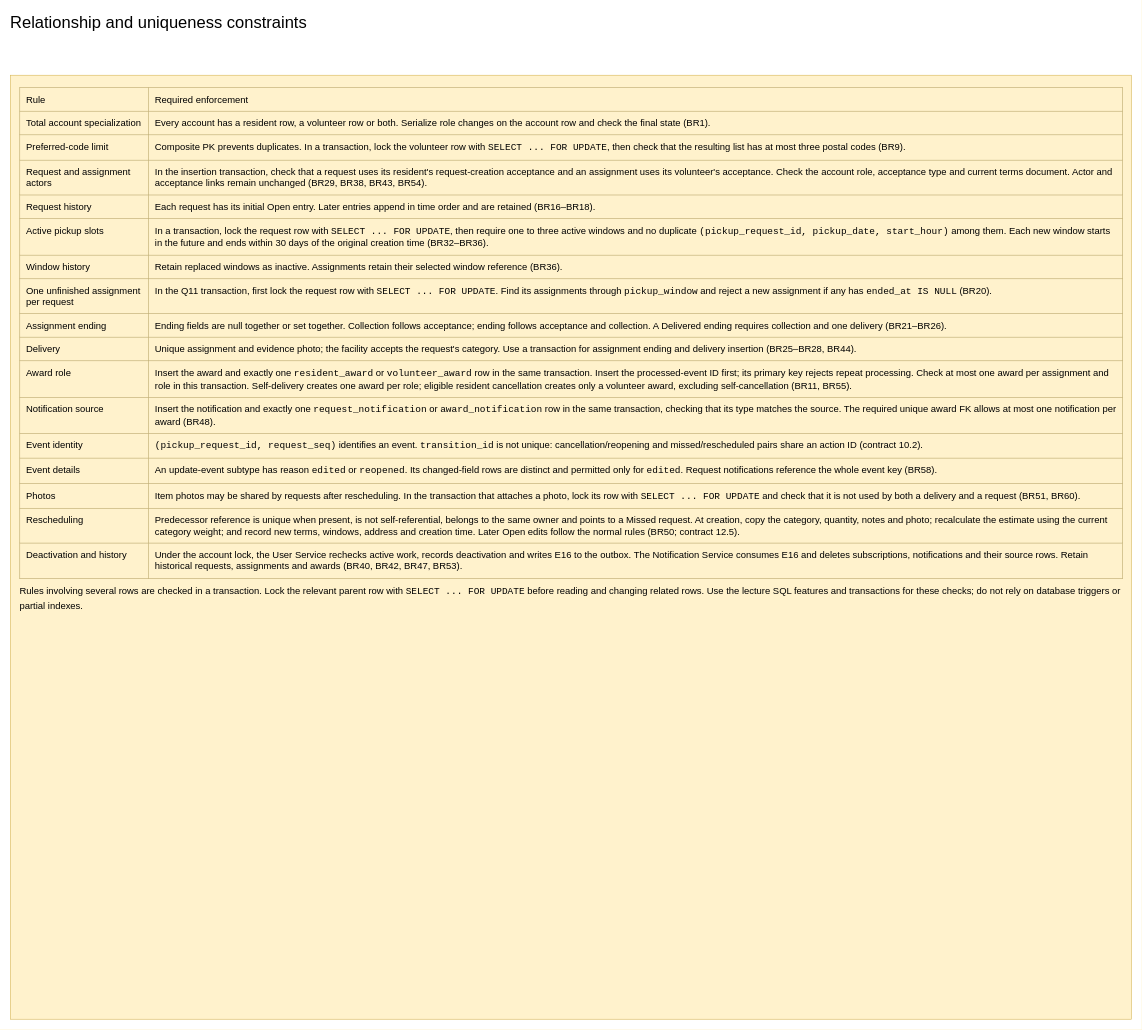
Before: page "Relationship and uniqueness constraints" (5 of 6) of docs/Final Submission/ENSF608/2. Logical model/Logical Database Model.drawio in dannydufau/ecocollect, a draw.io diagram. Source tidied: cells renumbered, new cells numbered last; positions are measured from the earlier drawing's top-left corner, leaving out a move shared by most shapes. Both pictures are drawn from the tidied source at 59%, with x=0, y=0 at pixel (10, 10).
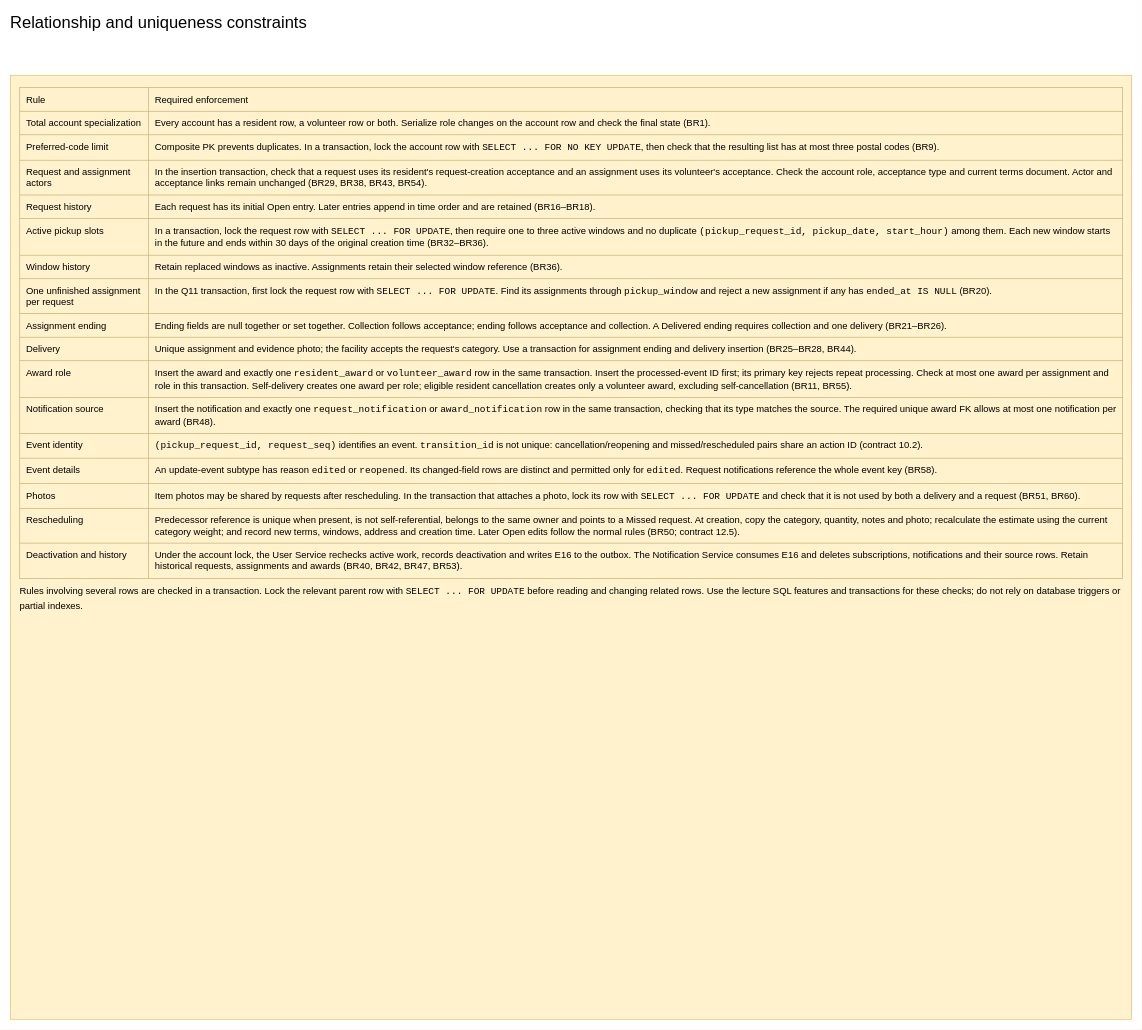
The same page after the edit.

Commit message (it also covers changes not shown here):
[ENSF 608] Fix outdated ER rule examples and the D1 lock comment (#522)

Change to the diagram source:
```diff
@@
 <mxGraphModel>
   <root>
     <mxCell id="0" />
     <mxCell id="1" parent="0" />
     <mxCell id="2" value="Relationship and uniqueness constraints" style="text;html=1;whiteSpace=wrap;align=left;verticalAlign=top;fontFamily=Helvetica;fontSize=28;fontColor=#000000;spacing=0;" parent="1" vertex="1">
       <mxGeometry width="1850" height="70" as="geometry" />
     </mxCell>
-    <mxCell id="3" value="&lt;table style=&quot;width:100%;border-collapse:collapse;font-size:16px&quot;&gt;&lt;tr&gt;&lt;td style=&quot;border:1px solid #b9a76c;padding:10px;vertical-align:top&quot;&gt;Rule&lt;/td&gt;&lt;td style=&quot;border:1px solid #b9a76c;padding:10px;vertical-align:top&quot;&gt;Required enforcement&lt;/td&gt;&lt;/tr&gt;&lt;tr&gt;&lt;td style=&quot;border:1px solid #b9a76c;padding:10px;vertical-align:top&quot;&gt;Total account specialization&lt;/td&gt;&lt;td style=&quot;border:1px solid #b9a76c;padding:10px;vertical-align:top&quot;&gt;Every account has a resident row, a volunteer row or both. Serialize role changes on the account row and check the final state (BR1).&lt;/td&gt;&lt;/tr&gt;&lt;tr&gt;&lt;td style=&quot;border:1px solid #b9a76c;padding:10px;vertical-align:top&quot;&gt;Preferred-code limit&lt;/td&gt;&lt;td style=&quot;border:1px solid #b9a76c;padding:10px;vertical-align:top&quot;&gt;Composite PK prevents duplicates. In a transaction, lock the volunteer row with &lt;code&gt;SELECT ... FOR UPDATE&lt;/code&gt;, then check that the resulting list has at most three postal codes (BR9).&lt;/td&gt;&lt;/tr&gt;&lt;tr&gt;&lt;td style=&quot;border:1px solid #b9a76c;padding:10px;vertical-align:top&quot;&gt;Request and assignment actors&lt;/td&gt;&lt;td style=&quot;border:1px solid #b9a76c;padding:10px;vertical-align:top&quot;&gt;In the insertion transaction, check that a request uses its resident&amp;#x27;s request-creation acceptance and an assignment uses its volunteer&amp;#x27;s acceptance. Check the account role, acceptance type and current terms document. Actor and acceptance links remain unchanged (BR29, BR38, BR43, BR54).&lt;/td&gt;&lt;/tr&gt;&lt;tr&gt;&lt;td style=&quot;border:1px solid #b9a76c;padding:10px;vertical-align:top&quot;&gt;Request history&lt;/td&gt;&lt;td style=&quot;border:1px solid #b9a76c;padding:10px;vertical-align:top&quot;&gt;Each request has its initial Open entry. Later entries append in time order and are retained (BR16–BR18).&lt;/td&gt;&lt;/tr&gt;&lt;tr&gt;&lt;td style=&quot;border:1px solid #b9a76c;padding:10px;vertical-align:top&quot;&gt;Active pickup slots&lt;/td&gt;&lt;td style=&quot;border:1px solid #b9a76c;padding:10px;vertical-align:top&quot;&gt;In a transaction, lock the request row with &lt;code&gt;SELECT ... FOR UPDATE&lt;/code&gt;, then require one to three active windows and no duplicate &lt;code&gt;(pickup_request_id, pickup_date, start_hour)&lt;/code&gt; among them. Each new window starts in the future and ends within 30 days of the original creation time (BR32–BR36).&lt;/td&gt;&lt;/tr&gt;&lt;tr&gt;&lt;td style=&quot;border:1px solid #b9a76c;padding:10px;vertical-align:top&quot;&gt;Window history&lt;/td&gt;&lt;td style=&quot;border:1px solid #b9a76c;padding:10px;vertical-align:top&quot;&gt;Retain replaced windows as inactive. Assignments retain their selected window reference (BR36).&lt;/td&gt;&lt;/tr&gt;&lt;tr&gt;&lt;td style=&quot;border:1px solid #b9a76c;padding:10px;vertical-align:top&quot;&gt;One unfinished assignment per request&lt;/td&gt;&lt;td style=&quot;border:1px solid #b9a76c;padding:10px;vertical-align:top&quot;&gt;In the Q11 transaction, first lock the request row with &lt;code&gt;SELECT ... FOR UPDATE&lt;/code&gt;. Find its assignments through &lt;code&gt;pickup_window&lt;/code&gt; and reject a new assignment if any has &lt;code&gt;ended_at IS NULL&lt;/code&gt; (BR20).&lt;/td&gt;&lt;/tr&gt;&lt;tr&gt;&lt;td style=&quot;border:1px solid #b9a76c;padding:10px;vertical-align:top&quot;&gt;Assignment ending&lt;/td&gt;&lt;td style=&quot;border:1px solid #b9a76c;padding:10px;vertical-align:top&quot;&gt;Ending fields are null together or set together. Collection follows acceptance; ending follows acceptance and collection. A Delivered ending requires collection and one delivery (BR21–BR26).&lt;/td&gt;&lt;/tr&gt;&lt;tr&gt;&lt;td style=&quot;border:1px solid #b9a76c;padding:10px;vertical-align:top&quot;&gt;Delivery&lt;/td&gt;&lt;td style=&quot;border:1px solid #b9a76c;padding:10px;vertical-align:top&quot;&gt;Unique assignment and evidence photo; the facility accepts the request&amp;#x27;s category. Use a transaction for assignment ending and delivery insertion (BR25–BR28, BR44).&lt;/td&gt;&lt;/tr&gt;&lt;tr&gt;&lt;td style=&quot;border:1px solid #b9a76c;padding:10px;vertical-align:top&quot;&gt;Award role&lt;/td&gt;&lt;td style=&quot;border:1px solid #b9a76c;padding:10px;vertical-align:top&quot;&gt;Insert the award and exactly one &lt;code&gt;resident_award&lt;/code&gt; or &lt;code&gt;volunteer_award&lt;/code&gt; row in the same transaction. Insert the processed-event ID first; its primary key rejects repeat processing. Check at most one award per assignment and role in this transaction. Self-delivery creates one award per role; eligible resident cancellation creates only a volunteer award, excluding self-cancellation (BR11, BR55).&lt;/td&gt;&lt;/tr&gt;&lt;tr&gt;&lt;td style=&quot;border:1px solid #b9a76c;padding:10px;vertical-align:top&quot;&gt;Notification source&lt;/td&gt;&lt;td style=&quot;border:1px solid #b9a76c;padding:10px;vertical-align:top&quot;&gt;Insert the notification and exactly one &lt;code&gt;request_notification&lt;/code&gt; or &lt;code&gt;award_notification&lt;/code&gt; row in the same transaction, checking that its type matches the source. The required unique award FK allows at most one notification per award (BR48).&lt;/td&gt;&lt;/tr&gt;&lt;tr&gt;&lt;td style=&quot;border:1px solid #b9a76c;padding:10px;vertical-align:top&quot;&gt;Event identity&lt;/td&gt;&lt;td style=&quot;border:1px solid #b9a76c;padding:10px;vertical-align:top&quot;&gt;&lt;code&gt;(pickup_request_id, request_seq)&lt;/code&gt; identifies an event. &lt;code&gt;transition_id&lt;/code&gt; is not unique: cancellation/reopening and missed/rescheduled pairs share an action ID (contract 10.2).&lt;/td&gt;&lt;/tr&gt;&lt;tr&gt;&lt;td style=&quot;border:1px solid #b9a76c;padding:10px;vertical-align:top&quot;&gt;Event details&lt;/td&gt;&lt;td style=&quot;border:1px solid #b9a76c;padding:10px;vertical-align:top&quot;&gt;An update-event subtype has reason &lt;code&gt;edited&lt;/code&gt; or &lt;code&gt;reopened&lt;/code&gt;. Its changed-field rows are distinct and permitted only for &lt;code&gt;edited&lt;/code&gt;. Request notifications reference the whole event key (BR58).&lt;/td&gt;&lt;/tr&gt;&lt;tr&gt;&lt;td style=&quot;border:1px solid #b9a76c;padding:10px;vertical-align:top&quot;&gt;Photos&lt;/td&gt;&lt;td style=&quot;border:1px solid #b9a76c;padding:10px;vertical-align:top&quot;&gt;Item photos may be shared by requests after rescheduling. In the transaction that attaches a photo, lock its row with &lt;code&gt;SELECT ... FOR UPDATE&lt;/code&gt; and check that it is not used by both a delivery and a request (BR51, BR60).&lt;/td&gt;&lt;/tr&gt;&lt;tr&gt;&lt;td style=&quot;border:1px solid #b9a76c;padding:10px;vertical-align:top&quot;&gt;Rescheduling&lt;/td&gt;&lt;td style=&quot;border:1px solid #b9a76c;padding:10px;vertical-align:top&quot;&gt;Predecessor reference is unique when present, is not self-referential, belongs to the same owner and points to a Missed request. At creation, copy the category, quantity, notes and photo; recalculate the estimate using the current category weight; and record new terms, windows, address and creation time. Later Open edits follow the normal rules (BR50; contract 12.5).&lt;/td&gt;&lt;/tr&gt;&lt;tr&gt;&lt;td style=&quot;border:1px solid #b9a76c;padding:10px;vertical-align:top&quot;&gt;Deactivation and history&lt;/td&gt;&lt;td style=&quot;border:1px solid #b9a76c;padding:10px;vertical-align:top&quot;&gt;Under the account lock, the User Service rechecks active work, records deactivation and writes E16 to the outbox. The Notification Service consumes E16 and deletes subscriptions, notifications and their source rows. Retain historical requests, assignments and awards (BR40, BR42, BR47, BR53).&lt;/td&gt;&lt;/tr&gt;&lt;/table&gt;&lt;p style=&quot;line-height:1.45;margin:9px 0&quot;&gt;Rules involving several rows are checked in a transaction. Lock the relevant parent row with &lt;code&gt;SELECT ... FOR UPDATE&lt;/code&gt; before reading and changing related rows. Use the lecture SQL features and transactions for these checks; do not rely on database triggers or partial indexes.&lt;/p&gt;" style="whiteSpace=wrap;html=1;fillColor=#fff2cc;strokeColor=#d6b656;align=left;verticalAlign=top;spacing=16;fontFamily=Helvetica;fontSize=16;fontColor=#000000;" parent="1" vertex="1">
+    <mxCell id="3" value="&lt;table style=&quot;width:100%;border-collapse:collapse;font-size:16px&quot;&gt;&lt;tr&gt;&lt;td style=&quot;border:1px solid #b9a76c;padding:10px;vertical-align:top&quot;&gt;Rule&lt;/td&gt;&lt;td style=&quot;border:1px solid #b9a76c;padding:10px;vertical-align:top&quot;&gt;Required enforcement&lt;/td&gt;&lt;/tr&gt;&lt;tr&gt;&lt;td style=&quot;border:1px solid #b9a76c;padding:10px;vertical-align:top&quot;&gt;Total account specialization&lt;/td&gt;&lt;td style=&quot;border:1px solid #b9a76c;padding:10px;vertical-align:top&quot;&gt;Every account has a resident row, a volunteer row or both. Serialize role changes on the account row and check the final state (BR1).&lt;/td&gt;&lt;/tr&gt;&lt;tr&gt;&lt;td style=&quot;border:1px solid #b9a76c;padding:10px;vertical-align:top&quot;&gt;Preferred-code limit&lt;/td&gt;&lt;td style=&quot;border:1px solid #b9a76c;padding:10px;vertical-align:top&quot;&gt;Composite PK prevents duplicates. In a transaction, lock the account row with &lt;code&gt;SELECT ... FOR NO KEY UPDATE&lt;/code&gt;, then check that the resulting list has at most three postal codes (BR9).&lt;/td&gt;&lt;/tr&gt;&lt;tr&gt;&lt;td style=&quot;border:1px solid #b9a76c;padding:10px;vertical-align:top&quot;&gt;Request and assignment actors&lt;/td&gt;&lt;td style=&quot;border:1px solid #b9a76c;padding:10px;vertical-align:top&quot;&gt;In the insertion transaction, check that a request uses its resident&amp;#x27;s request-creation acceptance and an assignment uses its volunteer&amp;#x27;s acceptance. Check the account role, acceptance type and current terms document. Actor and acceptance links remain unchanged (BR29, BR38, BR43, BR54).&lt;/td&gt;&lt;/tr&gt;&lt;tr&gt;&lt;td style=&quot;border:1px solid #b9a76c;padding:10px;vertical-align:top&quot;&gt;Request history&lt;/td&gt;&lt;td style=&quot;border:1px solid #b9a76c;padding:10px;vertical-align:top&quot;&gt;Each request has its initial Open entry. Later entries append in time order and are retained (BR16–BR18).&lt;/td&gt;&lt;/tr&gt;&lt;tr&gt;&lt;td style=&quot;border:1px solid #b9a76c;padding:10px;vertical-align:top&quot;&gt;Active pickup slots&lt;/td&gt;&lt;td style=&quot;border:1px solid #b9a76c;padding:10px;vertical-align:top&quot;&gt;In a transaction, lock the request row with &lt;code&gt;SELECT ... FOR UPDATE&lt;/code&gt;, then require one to three active windows and no duplicate &lt;code&gt;(pickup_request_id, pickup_date, start_hour)&lt;/code&gt; among them. Each new window starts in the future and ends within 30 days of the original creation time (BR32–BR36).&lt;/td&gt;&lt;/tr&gt;&lt;tr&gt;&lt;td style=&quot;border:1px solid #b9a76c;padding:10px;vertical-align:top&quot;&gt;Window history&lt;/td&gt;&lt;td style=&quot;border:1px solid #b9a76c;padding:10px;vertical-align:top&quot;&gt;Retain replaced windows as inactive. Assignments retain their selected window reference (BR36).&lt;/td&gt;&lt;/tr&gt;&lt;tr&gt;&lt;td style=&quot;border:1px solid #b9a76c;padding:10px;vertical-align:top&quot;&gt;One unfinished assignment per request&lt;/td&gt;&lt;td style=&quot;border:1px solid #b9a76c;padding:10px;vertical-align:top&quot;&gt;In the Q11 transaction, first lock the request row with &lt;code&gt;SELECT ... FOR UPDATE&lt;/code&gt;. Find its assignments through &lt;code&gt;pickup_window&lt;/code&gt; and reject a new assignment if any has &lt;code&gt;ended_at IS NULL&lt;/code&gt; (BR20).&lt;/td&gt;&lt;/tr&gt;&lt;tr&gt;&lt;td style=&quot;border:1px solid #b9a76c;padding:10px;vertical-align:top&quot;&gt;Assignment ending&lt;/td&gt;&lt;td style=&quot;border:1px solid #b9a76c;padding:10px;vertical-align:top&quot;&gt;Ending fields are null together or set together. Collection follows acceptance; ending follows acceptance and collection. A Delivered ending requires collection and one delivery (BR21–BR26).&lt;/td&gt;&lt;/tr&gt;&lt;tr&gt;&lt;td style=&quot;border:1px solid #b9a76c;padding:10px;vertical-align:top&quot;&gt;Delivery&lt;/td&gt;&lt;td style=&quot;border:1px solid #b9a76c;padding:10px;vertical-align:top&quot;&gt;Unique assignment and evidence photo; the facility accepts the request&amp;#x27;s category. Use a transaction for assignment ending and delivery insertion (BR25–BR28, BR44).&lt;/td&gt;&lt;/tr&gt;&lt;tr&gt;&lt;td style=&quot;border:1px solid #b9a76c;padding:10px;vertical-align:top&quot;&gt;Award role&lt;/td&gt;&lt;td style=&quot;border:1px solid #b9a76c;padding:10px;vertical-align:top&quot;&gt;Insert the award and exactly one &lt;code&gt;resident_award&lt;/code&gt; or &lt;code&gt;volunteer_award&lt;/code&gt; row in the same transaction. Insert the processed-event ID first; its primary key rejects repeat processing. Check at most one award per assignment and role in this transaction. Self-delivery creates one award per role; eligible resident cancellation creates only a volunteer award, excluding self-cancellation (BR11, BR55).&lt;/td&gt;&lt;/tr&gt;&lt;tr&gt;&lt;td style=&quot;border:1px solid #b9a76c;padding:10px;vertical-align:top&quot;&gt;Notification source&lt;/td&gt;&lt;td style=&quot;border:1px solid #b9a76c;padding:10px;vertical-align:top&quot;&gt;Insert the notification and exactly one &lt;code&gt;request_notification&lt;/code&gt; or &lt;code&gt;award_notification&lt;/code&gt; row in the same transaction, checking that its type matches the source. The required unique award FK allows at most one notification per award (BR48).&lt;/td&gt;&lt;/tr&gt;&lt;tr&gt;&lt;td style=&quot;border:1px solid #b9a76c;padding:10px;vertical-align:top&quot;&gt;Event identity&lt;/td&gt;&lt;td style=&quot;border:1px solid #b9a76c;padding:10px;vertical-align:top&quot;&gt;&lt;code&gt;(pickup_request_id, request_seq)&lt;/code&gt; identifies an event. &lt;code&gt;transition_id&lt;/code&gt; is not unique: cancellation/reopening and missed/rescheduled pairs share an action ID (contract 10.2).&lt;/td&gt;&lt;/tr&gt;&lt;tr&gt;&lt;td style=&quot;border:1px solid #b9a76c;padding:10px;vertical-align:top&quot;&gt;Event details&lt;/td&gt;&lt;td style=&quot;border:1px solid #b9a76c;padding:10px;vertical-align:top&quot;&gt;An update-event subtype has reason &lt;code&gt;edited&lt;/code&gt; or &lt;code&gt;reopened&lt;/code&gt;. Its changed-field rows are distinct and permitted only for &lt;code&gt;edited&lt;/code&gt;. Request notifications reference the whole event key (BR58).&lt;/td&gt;&lt;/tr&gt;&lt;tr&gt;&lt;td style=&quot;border:1px solid #b9a76c;padding:10px;vertical-align:top&quot;&gt;Photos&lt;/td&gt;&lt;td style=&quot;border:1px solid #b9a76c;padding:10px;vertical-align:top&quot;&gt;Item photos may be shared by requests after rescheduling. In the transaction that attaches a photo, lock its row with &lt;code&gt;SELECT ... FOR UPDATE&lt;/code&gt; and check that it is not used by both a delivery and a request (BR51, BR60).&lt;/td&gt;&lt;/tr&gt;&lt;tr&gt;&lt;td style=&quot;border:1px solid #b9a76c;padding:10px;vertical-align:top&quot;&gt;Rescheduling&lt;/td&gt;&lt;td style=&quot;border:1px solid #b9a76c;padding:10px;vertical-align:top&quot;&gt;Predecessor reference is unique when present, is not self-referential, belongs to the same owner and points to a Missed request. At creation, copy the category, quantity, notes and photo; recalculate the estimate using the current category weight; and record new terms, windows, address and creation time. Later Open edits follow the normal rules (BR50; contract 12.5).&lt;/td&gt;&lt;/tr&gt;&lt;tr&gt;&lt;td style=&quot;border:1px solid #b9a76c;padding:10px;vertical-align:top&quot;&gt;Deactivation and history&lt;/td&gt;&lt;td style=&quot;border:1px solid #b9a76c;padding:10px;vertical-align:top&quot;&gt;Under the account lock, the User Service rechecks active work, records deactivation and writes E16 to the outbox. The Notification Service consumes E16 and deletes subscriptions, notifications and their source rows. Retain historical requests, assignments and awards (BR40, BR42, BR47, BR53).&lt;/td&gt;&lt;/tr&gt;&lt;/table&gt;&lt;p style=&quot;line-height:1.45;margin:9px 0&quot;&gt;Rules involving several rows are checked in a transaction. Lock the relevant parent row with &lt;code&gt;SELECT ... FOR UPDATE&lt;/code&gt; before reading and changing related rows. Use the lecture SQL features and transactions for these checks; do not rely on database triggers or partial indexes.&lt;/p&gt;" style="whiteSpace=wrap;html=1;fillColor=#fff2cc;strokeColor=#d6b656;align=left;verticalAlign=top;spacing=16;fontFamily=Helvetica;fontSize=16;fontColor=#000000;" parent="1" vertex="1">
       <mxGeometry y="110" width="1900" height="1600" as="geometry" />
     </mxCell>
   </root>
 </mxGraphModel>
```
